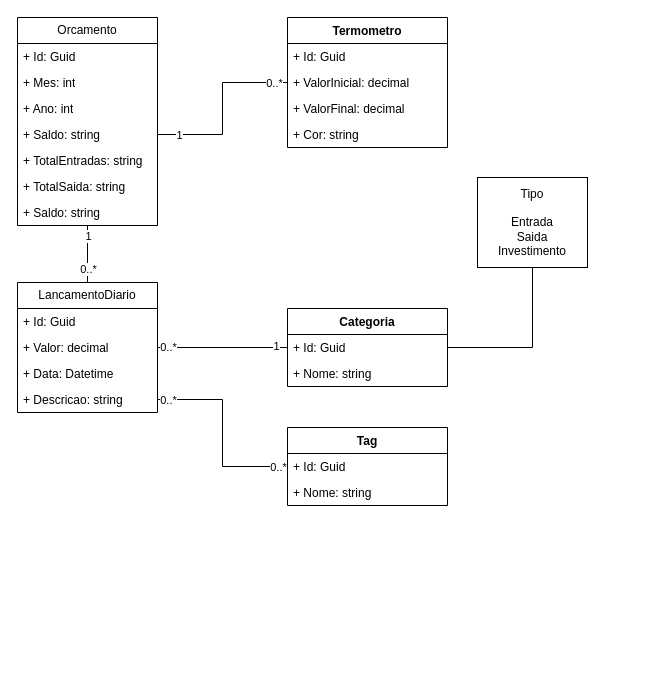
willianmenezes/controle-financeiro keeps this draw.io diagram as docs/controle-financeiro.drawio. Above is the earlier version. Source tidied: cells renumbered, new cells numbered last; positions are measured from the earlier drawing's top-left corner, leaving out a move shared by most shapes. Both pictures are drawn from the tidied source at 100%, with x=0, y=0 at pixel (17, 17).
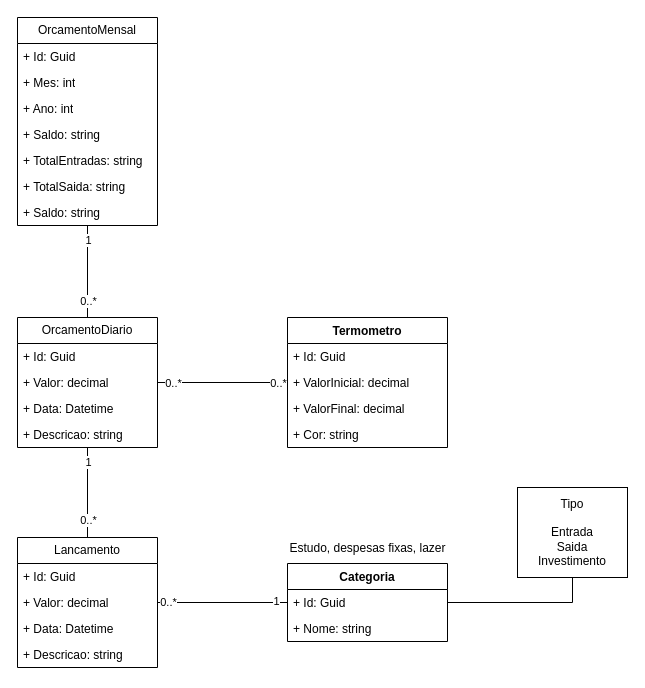
Above is the later version.

Unchanged cells that the change refers to:
```xml
<mxCell id="6" value="+ Descricao: string" style="text;strokeColor=none;fillColor=none;align=left;verticalAlign=top;spacingLeft=4;spacingRight=4;overflow=hidden;points=[[0,0.5],[1,0.5]];portConstraint=eastwest;whiteSpace=wrap;html=1;" parent="2" vertex="1">
  <mxGeometry y="104" width="140" height="26" as="geometry" />
</mxCell>
<mxCell id="25" value="+ Saldo: string" style="text;strokeColor=none;fillColor=none;align=left;verticalAlign=top;spacingLeft=4;spacingRight=4;overflow=hidden;points=[[0,0.5],[1,0.5]];portConstraint=eastwest;whiteSpace=wrap;html=1;" parent="21" vertex="1">
  <mxGeometry y="104" width="140" height="26" as="geometry" />
</mxCell>
```

The edit, as a diff of the source:
```diff
@@
-    <mxCell id="2" value="LancamentoDiario" style="swimlane;fontStyle=0;horizontal=1;startSize=26;fillColor=none;whiteSpace=wrap;html=1;" parent="1" vertex="1">
-      <mxGeometry y="265" width="140" height="130" as="geometry" />
+    <mxCell id="2" value="Lancamento" style="swimlane;fontStyle=0;horizontal=1;startSize=26;fillColor=none;whiteSpace=wrap;html=1;" parent="1" vertex="1">
+      <mxGeometry y="520" width="140" height="130" as="geometry" />
     </mxCell>
@@
     <mxCell id="7" value="Categoria" style="swimlane;fontStyle=1;align=center;verticalAlign=top;horizontal=1;startSize=26;whiteSpace=wrap;html=1;" parent="1" vertex="1">
-      <mxGeometry x="270" y="291" width="160" height="78" as="geometry" />
+      <mxGeometry x="270" y="546" width="160" height="78" as="geometry" />
     </mxCell>
@@
-    <mxCell id="13" value="Tag" style="swimlane;fontStyle=1;align=center;verticalAlign=top;horizontal=1;startSize=26;whiteSpace=wrap;html=1;" parent="1" vertex="1">
-      <mxGeometry x="270" y="410" width="160" height="78" as="geometry" />
-    </mxCell>
-    <mxCell id="14" value="+ Id: Guid&lt;div&gt;&lt;br&gt;&lt;/div&gt;" style="text;strokeColor=none;fillColor=none;align=left;verticalAlign=top;spacingLeft=4;spacingRight=4;overflow=hidden;points=[[0,0.5],[1,0.5]];portConstraint=eastwest;whiteSpace=wrap;html=1;" parent="13" vertex="1">
-      <mxGeometry y="26" width="160" height="26" as="geometry" />
-    </mxCell>
-    <mxCell id="15" value="+ Nome: string&lt;div&gt;&lt;br&gt;&lt;/div&gt;" style="text;strokeColor=none;fillColor=none;align=left;verticalAlign=top;spacingLeft=4;spacingRight=4;overflow=hidden;whiteSpace=wrap;html=1;" parent="13" vertex="1">
-      <mxGeometry y="52" width="160" height="26" as="geometry" />
-    </mxCell>
-    <mxCell id="16" style="edgeStyle=orthogonalEdgeStyle;rounded=0;jettySize=auto;html=1;entryX=0;entryY=0.5;entryDx=0;entryDy=0;endArrow=none;startFill=0;" parent="1" edge="1" source="6" target="14">
-      <mxGeometry relative="1" as="geometry" />
-    </mxCell>
-    <mxCell id="17" value="0..*" style="edgeLabel;html=1;align=center;verticalAlign=middle;" parent="16" vertex="1">
-      <mxGeometry x="-0.9" relative="1" as="geometry" />
-    </mxCell>
-    <mxCell id="18" value="0..*" style="edgeLabel;html=1;align=center;verticalAlign=middle;" parent="16" vertex="1">
-      <mxGeometry x="0.9" relative="1" as="geometry" />
-    </mxCell>
     <mxCell id="19" value="Tipo&lt;div&gt;&lt;br&gt;&lt;/div&gt;&lt;div&gt;Entrada&lt;/div&gt;&lt;div&gt;Saida&lt;/div&gt;&lt;div&gt;Investimento&lt;/div&gt;" style="html=1;whiteSpace=wrap;" parent="1" vertex="1">
-      <mxGeometry x="460" y="160" width="110" height="90" as="geometry" />
+      <mxGeometry x="500" y="470" width="110" height="90" as="geometry" />
     </mxCell>
@@
+    <mxCell id="40" style="edgeStyle=orthogonalEdgeStyle;rounded=0;jettySize=auto;html=1;entryX=0.5;entryY=0;entryDx=0;entryDy=0;endArrow=none;startFill=0;" parent="1" edge="1" source="21" target="47">
+      <mxGeometry relative="1" as="geometry" />
+    </mxCell>
+    <mxCell id="41" value="1" style="edgeLabel;html=1;align=center;verticalAlign=middle;" parent="40" vertex="1">
+      <mxGeometry x="-0.7" relative="1" as="geometry" />
+    </mxCell>
+    <mxCell id="42" value="0..*" style="edgeLabel;html=1;align=center;verticalAlign=middle;" parent="40" vertex="1">
+      <mxGeometry x="0.64" relative="1" as="geometry" />
+    </mxCell>
-    <mxCell id="21" value="Orcamento" style="swimlane;fontStyle=0;horizontal=1;startSize=26;fillColor=none;whiteSpace=wrap;html=1;" parent="1" vertex="1">
+    <mxCell id="21" value="OrcamentoMensal" style="swimlane;fontStyle=0;horizontal=1;startSize=26;fillColor=none;whiteSpace=wrap;html=1;" parent="1" vertex="1">
       <mxGeometry width="140" height="208" as="geometry" />
     </mxCell>
@@
-    <mxCell id="29" style="edgeStyle=orthogonalEdgeStyle;rounded=0;jettySize=auto;html=1;endArrow=none;startFill=0;" parent="1" edge="1" source="21" target="2">
-      <mxGeometry relative="1" as="geometry" />
-    </mxCell>
-    <mxCell id="30" value="1" style="edgeLabel;html=1;align=center;verticalAlign=middle;" parent="29" vertex="1">
-      <mxGeometry x="-0.65" relative="1" as="geometry" />
-    </mxCell>
-    <mxCell id="31" value="0..*" style="edgeLabel;html=1;align=center;verticalAlign=middle;" parent="29" vertex="1">
-      <mxGeometry x="0.51" relative="1" as="geometry" />
-    </mxCell>
     <mxCell id="32" value="Termometro" style="swimlane;fontStyle=1;align=center;verticalAlign=top;horizontal=1;startSize=26;whiteSpace=wrap;html=1;" parent="1" vertex="1">
-      <mxGeometry x="270" width="160" height="130" as="geometry" />
+      <mxGeometry x="270" y="300" width="160" height="130" as="geometry" />
     </mxCell>
@@
-    <mxCell id="37" style="edgeStyle=orthogonalEdgeStyle;rounded=0;jettySize=auto;html=1;endArrow=none;startFill=0;" parent="1" edge="1" source="25" target="32">
+    <mxCell id="37" style="edgeStyle=orthogonalEdgeStyle;rounded=0;jettySize=auto;html=1;endArrow=none;startFill=0;" parent="1" edge="1" source="47" target="32">
       <mxGeometry relative="1" as="geometry" />
     </mxCell>
@@
-    <mxCell id="39" value="1" style="edgeLabel;html=1;align=center;verticalAlign=middle;" parent="37" vertex="1">
+    <mxCell id="39" value="0..*" style="edgeLabel;html=1;align=center;verticalAlign=middle;" parent="37" vertex="1">
       <mxGeometry x="-0.77" relative="1" as="geometry" />
     </mxCell>
+    <mxCell id="43" value="Estudo, despesas fixas, lazer" style="text;html=1;align=center;verticalAlign=middle;strokeColor=none;fillColor=none;" parent="1" vertex="1">
+      <mxGeometry x="260" y="516" width="180" height="30" as="geometry" />
+    </mxCell>
+    <mxCell id="44" style="edgeStyle=orthogonalEdgeStyle;rounded=0;jettySize=auto;html=1;entryX=0.5;entryY=0;entryDx=0;entryDy=0;endArrow=none;startFill=0;" parent="1" edge="1" source="47" target="2">
+      <mxGeometry relative="1" as="geometry" />
+    </mxCell>
+    <mxCell id="45" value="1" style="edgeLabel;html=1;align=center;verticalAlign=middle;" parent="44" vertex="1">
+      <mxGeometry x="-0.7" relative="1" as="geometry" />
+    </mxCell>
+    <mxCell id="46" value="0..*" style="edgeLabel;html=1;align=center;verticalAlign=middle;" parent="44" vertex="1">
+      <mxGeometry x="0.61" relative="1" as="geometry" />
+    </mxCell>
+    <mxCell id="47" value="OrcamentoDiario" style="swimlane;fontStyle=0;horizontal=1;startSize=26;fillColor=none;whiteSpace=wrap;html=1;" parent="1" vertex="1">
+      <mxGeometry y="300" width="140" height="130" as="geometry" />
+    </mxCell>
+    <mxCell id="14" value="+ Id: Guid" style="text;strokeColor=none;fillColor=none;align=left;verticalAlign=top;spacingLeft=4;spacingRight=4;overflow=hidden;points=[[0,0.5],[1,0.5]];portConstraint=eastwest;whiteSpace=wrap;html=1;" parent="47" vertex="1">
+      <mxGeometry y="26" width="140" height="26" as="geometry" />
+    </mxCell>
+    <mxCell id="48" value="+ Valor: decimal" style="text;strokeColor=none;fillColor=none;align=left;verticalAlign=top;spacingLeft=4;spacingRight=4;overflow=hidden;whiteSpace=wrap;html=1;" parent="47" vertex="1">
+      <mxGeometry y="52" width="140" height="26" as="geometry" />
+    </mxCell>
+    <mxCell id="49" value="+ Data: Datetime" style="text;strokeColor=none;fillColor=none;align=left;verticalAlign=top;spacingLeft=4;spacingRight=4;overflow=hidden;whiteSpace=wrap;html=1;" parent="47" vertex="1">
+      <mxGeometry y="78" width="140" height="26" as="geometry" />
+    </mxCell>
+    <mxCell id="50" value="+ Descricao: string" style="text;strokeColor=none;fillColor=none;align=left;verticalAlign=top;spacingLeft=4;spacingRight=4;overflow=hidden;whiteSpace=wrap;html=1;" parent="47" vertex="1">
+      <mxGeometry y="104" width="140" height="26" as="geometry" />
+    </mxCell>
```
